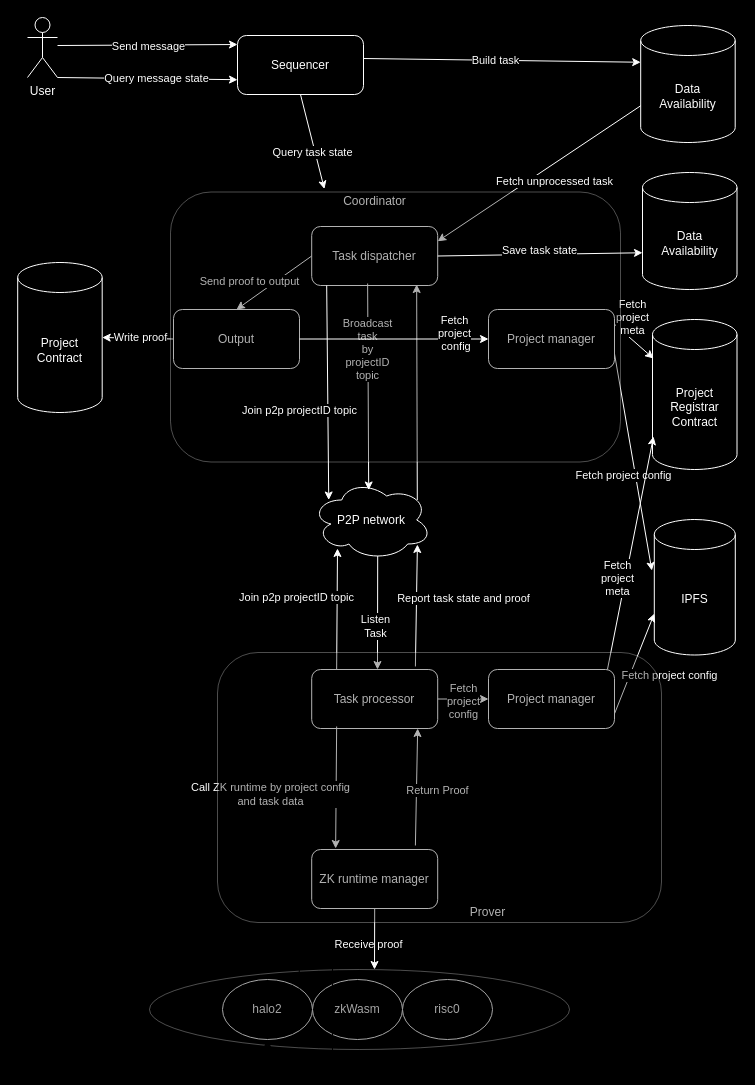
Earlier version of the draw.io diagram docs/architecture.drawio (iotexproject/w3bstream). Source tidied: cells renumbered, new cells numbered last; positions are measured from the earlier drawing's top-left corner, leaving out a move shared by most shapes. Both pictures are drawn from the tidied source at 100%, with x=0, y=0 at pixel (17, 17).
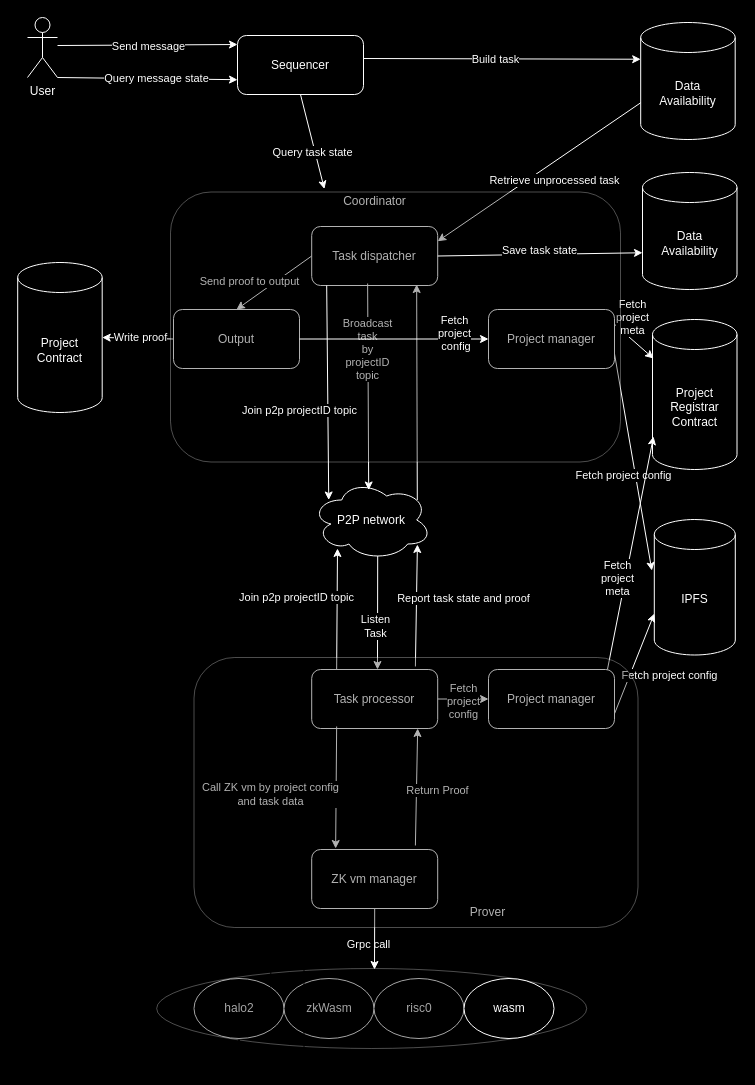
After the change.

Unchanged cells that the change refers to:
```xml
<mxCell id="10" style="endArrow=classic;html=1;rounded=0;entryX=1;entryY=0.25;entryDx=0;entryDy=0;exitX=0;exitY=0;exitDx=0;exitDy=80.25;exitPerimeter=0;fontColor=#FFFFFF;labelBackgroundColor=#000000;strokeColor=#FFFFFF;" parent="1" edge="1" source="6" target="9">
  <mxGeometry relative="1" as="geometry" />
</mxCell>
<mxCell id="15" style="endArrow=classic;html=1;rounded=0;exitX=0.88;exitY=0.25;exitDx=0;exitDy=0;exitPerimeter=0;entryX=0.833;entryY=0.983;entryDx=0;entryDy=0;entryPerimeter=0;fontColor=#FFFFFF;labelBackgroundColor=#000000;strokeColor=#FFFFFF;" parent="1" edge="1" source="12" target="9">
  <mxGeometry relative="1" as="geometry" />
</mxCell>
<mxCell id="30" style="endArrow=classic;html=1;rounded=0;entryX=0.19;entryY=-0.017;entryDx=0;entryDy=0;entryPerimeter=0;exitX=0.198;exitY=0.966;exitDx=0;exitDy=0;exitPerimeter=0;fontColor=#FFFFFF;labelBackgroundColor=#000000;strokeColor=#FFFFFF;" parent="1" edge="1" source="19" target="28">
  <mxGeometry relative="1" as="geometry" />
</mxCell>
```

Change to the diagram source:
```diff
@@
     <mxCell id="6" value="Data &lt;br&gt;Availability" style="shape=cylinder3;whiteSpace=wrap;html=1;boundedLbl=1;backgroundOutline=1;size=15;fontColor=#FFFFFF;labelBackgroundColor=#000000;strokeColor=#FFFFFF;fillColor=#000000;" parent="1" vertex="1">
-      <mxGeometry x="623.2" y="8" width="94.5" height="117" as="geometry" />
+      <mxGeometry x="623.2" y="5" width="94.5" height="117" as="geometry" />
     </mxCell>
@@
-    <mxCell id="11" value="Fetch&amp;nbsp;unprocessed task" style="edgeLabel;html=1;align=center;verticalAlign=middle;fontColor=#FFFFFF;labelBackgroundColor=#000000;" parent="10" vertex="1">
+    <mxCell id="11" value="Retrieve&amp;nbsp;unprocessed task" style="edgeLabel;html=1;align=center;verticalAlign=middle;fontColor=#FFFFFF;labelBackgroundColor=#000000;" parent="10" vertex="1">
       <mxGeometry x="0.17" relative="1" as="geometry">
         <mxPoint x="32" y="-4" as="offset" />
       </mxGeometry>
     </mxCell>
@@
-    <mxCell id="16" value="Receive proof" style="edgeLabel;html=1;align=center;verticalAlign=middle;fontColor=#FFFFFF;labelBackgroundColor=#000000;" parent="15" vertex="1">
+    <mxCell id="16" value="Grpc call" style="edgeLabel;html=1;align=center;verticalAlign=middle;fontColor=#FFFFFF;labelBackgroundColor=#000000;" parent="15" vertex="1">
       <mxGeometry x="-0.05" y="-1" relative="1" as="geometry">
         <mxPoint x="-50" y="546" as="offset" />
       </mxGeometry>
     </mxCell>
@@
     <mxCell id="24" value="halo2" style="ellipse;whiteSpace=wrap;html=1;fontColor=#FFFFFF;labelBackgroundColor=#000000;fillColor=#000000;strokeColor=#FFFFFF;" parent="1" vertex="1">
-      <mxGeometry x="205" y="962" width="90" height="60" as="geometry" />
+      <mxGeometry x="176.5" y="961" width="90" height="60" as="geometry" />
     </mxCell>
     <mxCell id="25" value="zkWasm" style="ellipse;whiteSpace=wrap;html=1;fontColor=#FFFFFF;labelBackgroundColor=#000000;fillColor=#000000;strokeColor=#FFFFFF;" parent="1" vertex="1">
-      <mxGeometry x="295" y="962" width="90" height="60" as="geometry" />
+      <mxGeometry x="266.5" y="961" width="90" height="60" as="geometry" />
     </mxCell>
     <mxCell id="26" value="risc0" style="ellipse;whiteSpace=wrap;html=1;fontColor=#FFFFFF;labelBackgroundColor=#000000;fillColor=#000000;strokeColor=#FFFFFF;" parent="1" vertex="1">
-      <mxGeometry x="385" y="962" width="90" height="60" as="geometry" />
+      <mxGeometry x="356.5" y="961" width="90" height="60" as="geometry" />
     </mxCell>
     <mxCell id="27" style="ellipse;whiteSpace=wrap;html=1;opacity=30;shadow=1;fontColor=#FFFFFF;labelBackgroundColor=#000000;fillColor=#000000;strokeColor=#FFFFFF;strokeWidth=1;" parent="1" vertex="1">
-      <mxGeometry x="132" y="952" width="420" height="80" as="geometry" />
+      <mxGeometry x="139.2" y="951" width="430" height="80" as="geometry" />
     </mxCell>
-    <mxCell id="28" value="ZK runtime manager" style="rounded=1;whiteSpace=wrap;html=1;fontColor=#FFFFFF;labelBackgroundColor=#000000;fillColor=#000000;strokeColor=#FFFFFF;" parent="1" vertex="1">
+    <mxCell id="28" value="ZK vm manager" style="rounded=1;whiteSpace=wrap;html=1;fontColor=#FFFFFF;labelBackgroundColor=#000000;fillColor=#000000;strokeColor=#FFFFFF;" parent="1" vertex="1">
       <mxGeometry x="294.2" y="832" width="126" height="59" as="geometry" />
     </mxCell>
@@
-    <mxCell id="31" value="Call ZK runtime by project config &lt;br&gt;and task data" style="edgeLabel;html=1;align=center;verticalAlign=middle;fontColor=#FFFFFF;labelBackgroundColor=#000000;" parent="30" vertex="1">
+    <mxCell id="31" value="Call ZK vm by project config &lt;br&gt;and task data" style="edgeLabel;html=1;align=center;verticalAlign=middle;fontColor=#FFFFFF;labelBackgroundColor=#000000;" parent="30" vertex="1">
       <mxGeometry x="-0.43" y="3" relative="1" as="geometry">
         <mxPoint x="-69" y="32" as="offset" />
       </mxGeometry>
     </mxCell>
@@
     <mxCell id="62" style="rounded=1;whiteSpace=wrap;html=1;opacity=30;fontColor=#FFFFFF;labelBackgroundColor=#000000;fillColor=#000000;strokeColor=#FFFFFF;" parent="1" vertex="1">
-      <mxGeometry x="200" y="635" width="444" height="270" as="geometry" />
+      <mxGeometry x="176.5" y="640" width="444" height="270" as="geometry" />
     </mxCell>
@@
+    <mxCell id="70" value="wasm" style="ellipse;whiteSpace=wrap;html=1;fontColor=#FFFFFF;labelBackgroundColor=#000000;fillColor=#000000;strokeColor=#FFFFFF;" parent="1" vertex="1">
+      <mxGeometry x="446.5" y="961" width="90" height="60" as="geometry" />
+    </mxCell>
```
